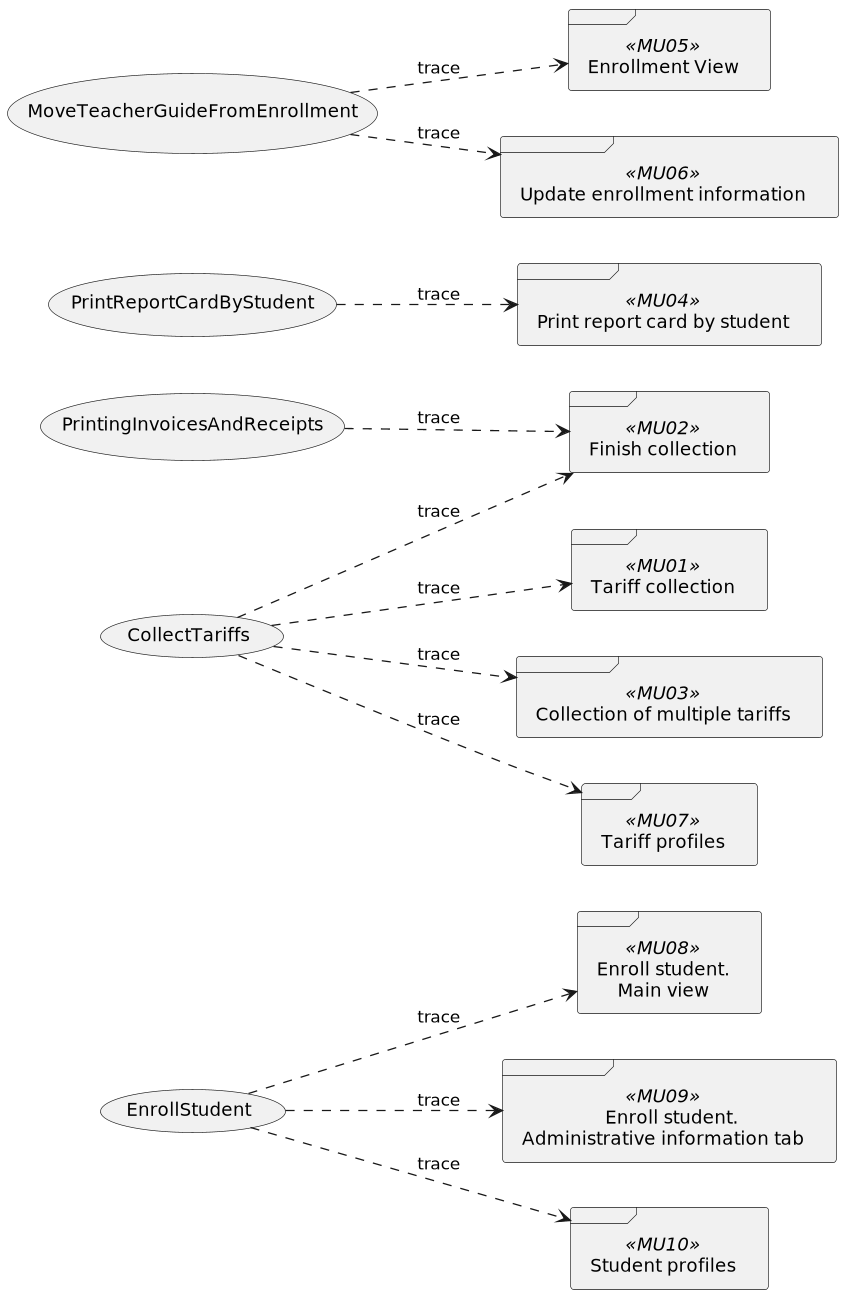
Above: out/UseCaseView/TRACE.UseCase-x-Prototype.png in wsmcbl/wsmcbl.doc (PlantUML), before the change. Source of this version:
```plantuml
@startuml

left to right direction

usecase CU01 as "EnrollStudent"
usecase CU58 as "PrintingInvoicesAndReceipts"
usecase CU29 as "PrintReportCardByStudent"
usecase CU21 as "MoveTeacherGuideFromEnrollment"
usecase CU03 as "CollectTariffs"

frame MU01 <<MU01>> as "Tariff collection"
frame MU02 <<MU02>> as "Finish collection"
frame MU03 <<MU03>> as "Collection of multiple tariffs"
frame MU04 <<MU04>> as "Print report card by student"
frame MU05 <<MU05>> as "Enrollment View"
frame MU06 <<MU06>> as "Update enrollment information"
frame MU07 <<MU07>> as "Tariff profiles"
frame MU08 <<MU08>> as "Enroll student.\n    Main view"
frame MU09 <<MU09>> as "\t\tEnroll student.\nAdministrative information tab"
frame MU10 <<MU10>> as "Student profiles"

CU29 ..> MU04 : trace

CU21 ..> MU05 : trace
CU21 ..> MU06 : trace

CU03 ..> MU01 : trace
CU03 ..> MU02 : trace
CU03 ..> MU03 : trace
CU03 ..> MU07 : trace

CU58 ..> MU02 : trace

CU01 ..> MU08 : trace
CU01 ..> MU09 : trace
CU01 ..> MU10 : trace


@enduml
```
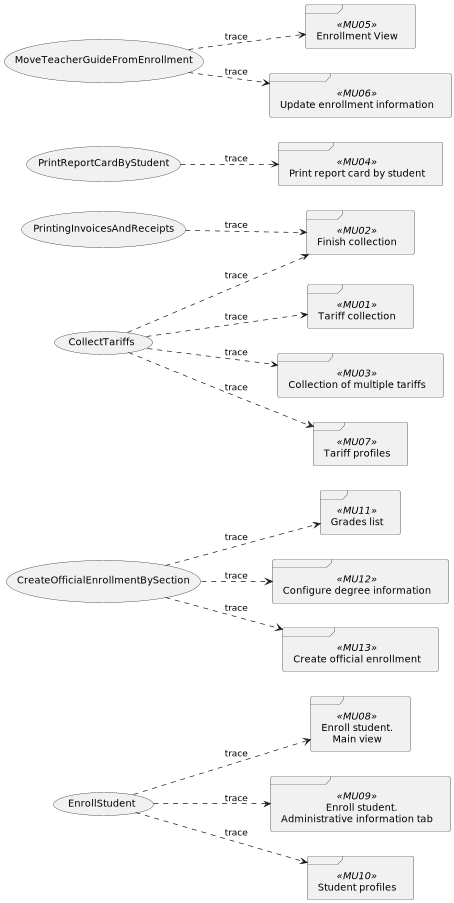
Later version of the same file.

Commit message:
Feat: Update trace for prototypes

What changed in the source:
```diff
@@ -3,6 +3,7 @@
 left to right direction
 
 usecase CU01 as "EnrollStudent"
+usecase CU05 as "CreateOfficialEnrollmentBySection"
 usecase CU58 as "PrintingInvoicesAndReceipts"
 usecase CU29 as "PrintReportCardByStudent"
 usecase CU21 as "MoveTeacherGuideFromEnrollment"
@@ -18,6 +19,9 @@
 frame MU08 <<MU08>> as "Enroll student.\n    Main view"
 frame MU09 <<MU09>> as "\t\tEnroll student.\nAdministrative information tab"
 frame MU10 <<MU10>> as "Student profiles"
+frame MU11 <<MU11>> as "Grades list"
+frame MU12 <<MU12>> as "Configure degree information"
+frame MU13 <<MU13>> as "Create official enrollment"
 
 CU29 ..> MU04 : trace
 
@@ -35,5 +39,7 @@
 CU01 ..> MU09 : trace
 CU01 ..> MU10 : trace
 
-
+CU05 ..> MU11 : trace
+CU05 ..> MU12 : trace
+CU05 ..> MU13 : trace
 @enduml
```
